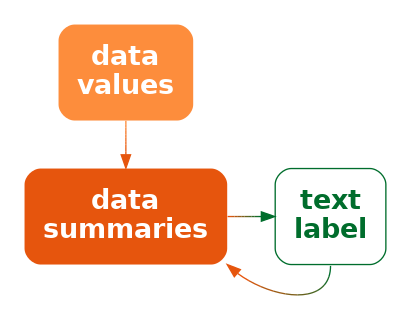
Earlier version of the Graphviz export Diagrams/data-stat-label.png (pmur002/hdvw). Its source is kept beside it as Diagrams/data-stat-label.dot.
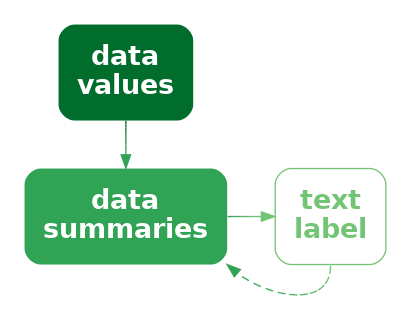
After the commit.

What changed in the source:
```diff
@@ -1,12 +1,12 @@
 digraph {
   graph [ rankdir=LR; margin=.2; nodesep=.5 ];
   node [ fontsize=20; fontname="sans bold"; margin=.2 ];
-  data [ label="data\nvalues"; shape=box; style="filled, rounded"; penwidth=0; fontcolor=white; fillcolor="#FD8D3C" ]
-  stat [ label="data\nsummaries"; shape=box; style="filled, rounded"; penwidth=0; fontcolor=white; fillcolor="#E6550D" ]
+  data [ label="data\nvalues"; shape=box; style="filled, rounded"; penwidth=0; fontcolor=white; fillcolor="#006D2C" ]
+  stat [ label="data\nsummaries"; shape=box; style="filled, rounded"; penwidth=0; fontcolor=white; fillcolor="#31A354" ]
   label [ label="text\nlabel"; shape=box;
-       style="rounded"; color="#006D2C"; fontcolor="#006D2C" ]
-  data -> stat [ style="solid"; penwidth=1; color="#FD8D3C;0.1:#FA8737;0.1:#F88132;0.1:#F57A2C;0.1:#F37427;0.1:#F06E22;0.1:#EE681D;0.1:#EB6117;0.1:#E95B12;0.1:#E6550D;0.1" ]
-  stat -> label [ style="bold"; penwidth=1; color="#E6550D;0.1:#CC5810;0.1:#B35A14;0.1:#995D17;0.1:#80601B;0.1:#66621E;0.1:#4D6522;0.1:#336825;0.1:#1A6A29;0.1:#006D2C;0.1" ]
-  label:s -> stat:se [ style="solid", color="#006D2C;0.1:#1A6A29;0.1:#336825;0.1:#4D6522;0.1:#66621E;0.1:#80601B;0.1:#995D17;0.1:#B35A14;0.1:#CC5810;0.1:#E6550D;0.1" ]
+       style="rounded"; color="#74C476"; fontcolor="#74C476" ]
+  data -> stat [ style="solid"; penwidth=1; color="#006D2C;0.1:#057330;0.1:#0B7935;0.1:#107F39;0.1:#16853E;0.1:#1B8B42;0.1:#219147;0.1:#26974B;0.1:#2C9D50;0.1:#31A354;0.1" ]
+  stat -> label [ style="bold"; penwidth=1; color="#31A354;0.1:#38A758;0.1:#40AA5C;0.1:#47AE5F;0.1:#4FB263;0.1:#56B567;0.1:#5EB96B;0.1:#65BD6E;0.1:#6DC072;0.1:#74C476;0.1" ]
+  label:s -> stat:se [ style="dashed", color="#74C476;0.1:#6DC072;0.1:#65BD6E;0.1:#5EB96B;0.1:#56B567;0.1:#4FB263;0.1:#47AE5F;0.1:#40AA5C;0.1:#38A758;0.1:#31A354;0.1" ]
 { rank=same; data, stat }
 }
```
